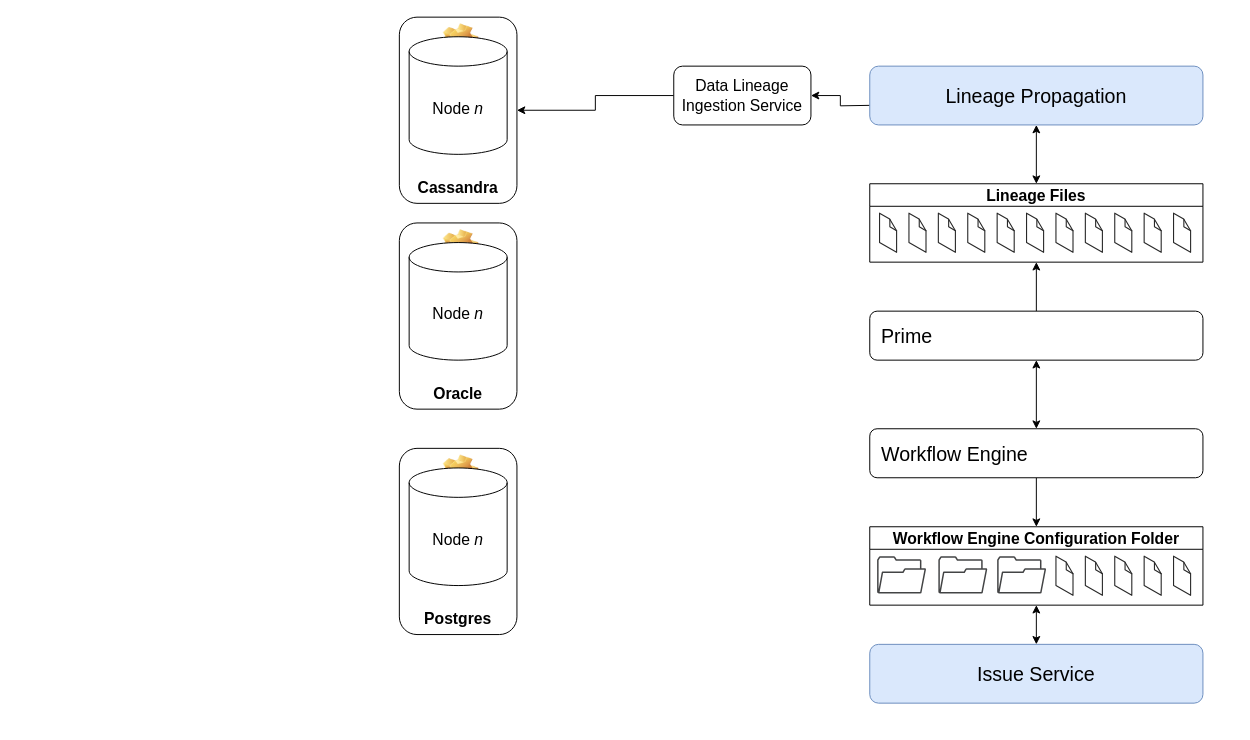
The draw.io diagram Untitled Diagram.drawio in neodarkstar/acx-admin, before the edit. Source tidied: cells renumbered, new cells numbered last; positions are measured from the earlier drawing's top-left corner, leaving out a move shared by most shapes. Both pictures are drawn from the tidied source at 98%, with x=0, y=0 at pixel (399, 17).
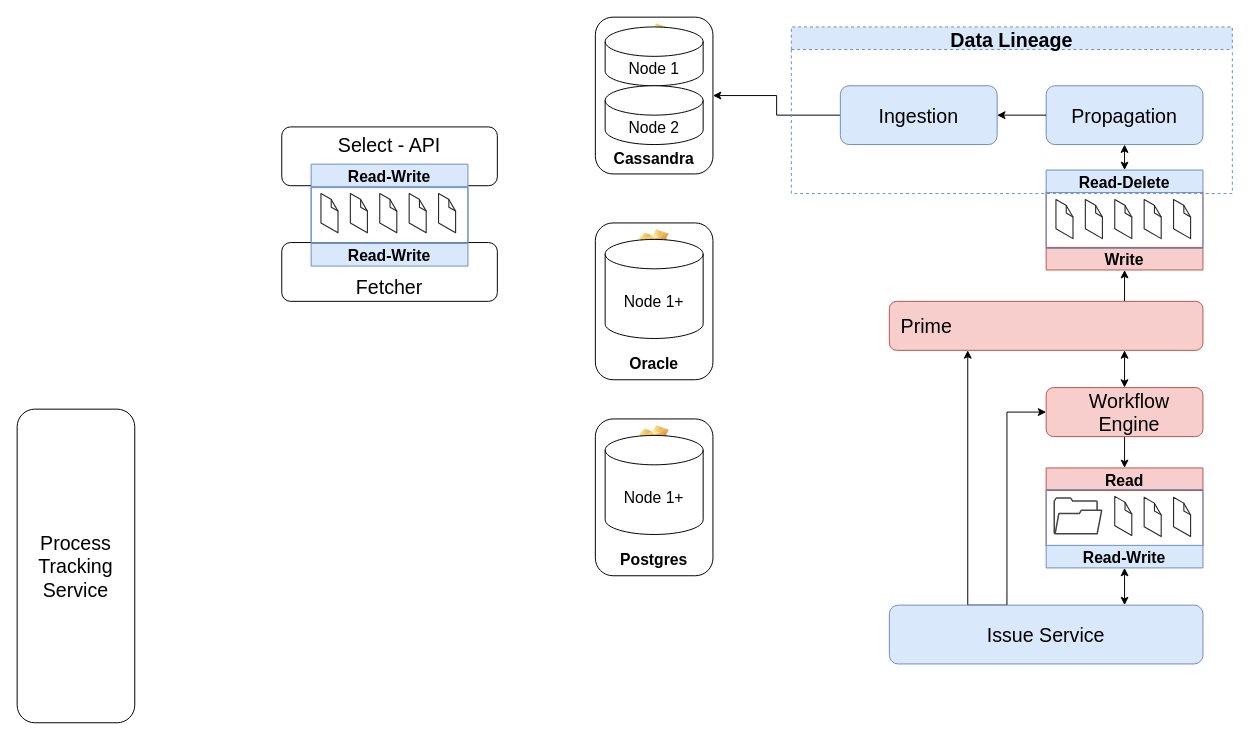
The same diagram, later.

The edit, as a diff of the source:
```diff
@@
-    <mxCell id="2" value="Cassandra" style="label;whiteSpace=wrap;html=1;align=center;verticalAlign=bottom;spacingLeft=0;spacingBottom=4;imageAlign=center;imageVerticalAlign=top;image=img/clipart/Gear_128x128.png;fontSize=16;" parent="1" vertex="1">
-      <mxGeometry width="120" height="190" as="geometry" />
-    </mxCell>
-    <mxCell id="3" style="edgeStyle=orthogonalEdgeStyle;rounded=0;jettySize=auto;html=1;exitX=0.5;exitY=0;exitDx=0;exitDy=0;entryX=0.5;entryY=1;entryDx=0;entryDy=0;fontSize=20;endArrow=classic;endFill=1;" parent="1" edge="1" source="4" target="19">
-      <mxGeometry relative="1" as="geometry" />
-    </mxCell>
+    <mxCell id="45" style="edgeStyle=orthogonalEdgeStyle;rounded=0;jettySize=auto;html=1;exitX=0.75;exitY=0;exitDx=0;exitDy=0;entryX=0.5;entryY=1;entryDx=0;entryDy=0;fontSize=20;endArrow=classic;endFill=1;" parent="1" edge="1" source="4" target="51">
+      <mxGeometry relative="1" as="geometry" />
+    </mxCell>
-    <mxCell id="4" value="&lt;font style=&quot;font-size: 20px;&quot;&gt;Prime&lt;/font&gt;" style="rounded=1;whiteSpace=wrap;html=1;fontSize=16;align=left;spacingLeft=10;" parent="1" vertex="1">
-      <mxGeometry x="480" y="300" width="340" height="50" as="geometry" />
+    <mxCell id="4" value="&lt;font style=&quot;font-size: 20px;&quot;&gt;Prime&lt;/font&gt;" style="rounded=1;whiteSpace=wrap;html=1;fontSize=16;align=left;spacingLeft=10;fillColor=#f8cecc;strokeColor=#b85450;" parent="1" vertex="1">
+      <mxGeometry x="500" y="290" width="320" height="50" as="geometry" />
     </mxCell>
@@
-    <mxCell id="6" value="&lt;font style=&quot;font-size: 20px;&quot;&gt;Workflow Engine&lt;/font&gt;" style="rounded=1;whiteSpace=wrap;html=1;fontSize=16;align=left;spacingLeft=10;" parent="1" vertex="1">
-      <mxGeometry x="480" y="420" width="340" height="50" as="geometry" />
+    <mxCell id="6" value="&lt;font style=&quot;font-size: 20px;&quot;&gt;Workflow Engine&lt;/font&gt;" style="rounded=1;whiteSpace=wrap;html=1;fontSize=16;align=center;spacingLeft=10;fillColor=#f8cecc;strokeColor=#b85450;" parent="1" vertex="1">
+      <mxGeometry x="660" y="378" width="160" height="50" as="geometry" />
     </mxCell>
-    <mxCell id="7" style="edgeStyle=orthogonalEdgeStyle;rounded=0;jettySize=auto;html=1;exitX=0;exitY=0.5;exitDx=0;exitDy=0;entryX=1;entryY=0.5;entryDx=0;entryDy=0;fontSize=16;" parent="1" edge="1" source="8" target="2">
-      <mxGeometry relative="1" as="geometry" />
-    </mxCell>
-    <mxCell id="8" value="Data Lineage&lt;br&gt;Ingestion Service" style="rounded=1;whiteSpace=wrap;html=1;fontSize=16;" parent="1" vertex="1">
-      <mxGeometry x="280" y="50" width="140" height="60" as="geometry" />
-    </mxCell>
-    <mxCell id="9" style="edgeStyle=orthogonalEdgeStyle;rounded=0;jettySize=auto;html=1;entryX=1;entryY=0.5;entryDx=0;entryDy=0;fontSize=16;" parent="1" edge="1" target="8">
-      <mxGeometry relative="1" as="geometry">
-        <mxPoint x="480" y="90" as="sourcePoint" />
-      </mxGeometry>
-    </mxCell>
-    <mxCell id="10" value="Node &lt;i&gt;n&lt;/i&gt;" style="shape=cylinder3;whiteSpace=wrap;html=1;boundedLbl=1;backgroundOutline=1;size=15;fontSize=16;flipV=0;" parent="1" vertex="1">
-      <mxGeometry x="10" y="20" width="100" height="120" as="geometry" />
-    </mxCell>
     <mxCell id="11" style="group;" parent="1" vertex="1">
-      <mxGeometry y="440" width="120" height="190" as="geometry" />
+      <mxGeometry x="200" y="410" width="120" height="160" as="geometry" />
     </mxCell>
     <mxCell id="12" value="Postgres" style="label;whiteSpace=wrap;html=1;align=center;verticalAlign=bottom;spacingLeft=0;spacingBottom=4;imageAlign=center;imageVerticalAlign=top;image=img/clipart/Gear_128x128.png;fontSize=16;" parent="11" vertex="1">
-      <mxGeometry width="120" height="190" as="geometry" />
+      <mxGeometry width="120" height="160" as="geometry" />
     </mxCell>
-    <mxCell id="13" value="Node &lt;i&gt;n&lt;/i&gt;" style="shape=cylinder3;whiteSpace=wrap;html=1;boundedLbl=1;backgroundOutline=1;size=15;fontSize=16;flipV=0;" parent="11" vertex="1">
-      <mxGeometry x="10" y="20" width="100" height="120" as="geometry" />
+    <mxCell id="13" value="Node 1+" style="shape=cylinder3;whiteSpace=wrap;html=1;boundedLbl=1;backgroundOutline=1;size=15;fontSize=16;flipV=0;" parent="11" vertex="1">
+      <mxGeometry x="10" y="16.8" width="100" height="101.1" as="geometry" />
     </mxCell>
     <mxCell id="14" style="group;" parent="1" vertex="1">
-      <mxGeometry y="210" width="120" height="190" as="geometry" />
+      <mxGeometry x="200" y="210" width="120" height="160" as="geometry" />
     </mxCell>
     <mxCell id="15" value="Oracle" style="label;whiteSpace=wrap;html=1;align=center;verticalAlign=bottom;spacingLeft=0;spacingBottom=4;imageAlign=center;imageVerticalAlign=top;image=img/clipart/Gear_128x128.png;fontSize=16;" parent="14" vertex="1">
-      <mxGeometry width="120" height="190" as="geometry" />
+      <mxGeometry width="120" height="160" as="geometry" />
     </mxCell>
-    <mxCell id="16" value="Node &lt;i&gt;n&lt;/i&gt;" style="shape=cylinder3;whiteSpace=wrap;html=1;boundedLbl=1;backgroundOutline=1;size=15;fontSize=16;flipV=0;" parent="14" vertex="1">
-      <mxGeometry x="10" y="20" width="100" height="120" as="geometry" />
+    <mxCell id="16" value="Node 1+" style="shape=cylinder3;whiteSpace=wrap;html=1;boundedLbl=1;backgroundOutline=1;size=15;fontSize=16;flipV=0;" parent="14" vertex="1">
+      <mxGeometry x="10" y="16.8" width="100" height="101.1" as="geometry" />
     </mxCell>
-    <mxCell id="17" value="&lt;span style=&quot;font-size: 20px;&quot;&gt;Lineage Propagation&lt;/span&gt;" style="rounded=1;whiteSpace=wrap;html=1;fontSize=16;align=center;spacingLeft=0;fillColor=#dae8fc;strokeColor=#6c8ebf;" parent="1" vertex="1">
-      <mxGeometry x="480" y="50" width="340" height="60" as="geometry" />
-    </mxCell>
-    <mxCell id="18" style="group;" parent="1" vertex="1">
-      <mxGeometry x="480" y="170" width="340" height="80" as="geometry" />
-    </mxCell>
+    <mxCell id="46" style="edgeStyle=orthogonalEdgeStyle;rounded=0;jettySize=auto;html=1;exitX=0.25;exitY=0;exitDx=0;exitDy=0;entryX=0;entryY=0.5;entryDx=0;entryDy=0;fontSize=20;endArrow=classic;endFill=1;" parent="1" edge="1" source="42" target="6">
+      <mxGeometry relative="1" as="geometry">
+        <Array as="points">
+          <mxPoint x="620" y="600" />
+          <mxPoint x="620" y="403" />
+        </Array>
+      </mxGeometry>
+    </mxCell>
+    <mxCell id="47" style="edgeStyle=orthogonalEdgeStyle;rounded=0;jettySize=auto;html=1;exitX=0.25;exitY=0;exitDx=0;exitDy=0;entryX=0.25;entryY=1;entryDx=0;entryDy=0;fontSize=20;endArrow=classic;endFill=1;" parent="1" edge="1" source="42" target="4">
+      <mxGeometry relative="1" as="geometry" />
+    </mxCell>
+    <mxCell id="42" value="&lt;span style=&quot;font-size: 20px;&quot;&gt;Issue Service&lt;/span&gt;" style="rounded=1;whiteSpace=wrap;html=1;fontSize=16;align=center;spacingLeft=0;fillColor=#dae8fc;strokeColor=#6c8ebf;" parent="1" vertex="1">
+      <mxGeometry x="500" y="600" width="320" height="60" as="geometry" />
+    </mxCell>
+    <mxCell id="44" style="endArrow=classic;startArrow=classic;html=1;rounded=0;fontSize=20;entryX=0.75;entryY=1;entryDx=0;entryDy=0;exitX=0.5;exitY=0;exitDx=0;exitDy=0;" parent="1" edge="1" source="6" target="4">
+      <mxGeometry relative="1" as="geometry" />
+    </mxCell>
+    <mxCell id="33" value="Read" style="swimlane;fontSize=16;direction=east;startSize=23;fillColor=#f8cecc;strokeColor=#b85450;" parent="1" vertex="1">
+      <mxGeometry x="660" y="460" width="160" height="80" as="geometry" />
+    </mxCell>
+    <mxCell id="34" style="sketch=0;shadow=0;dashed=0;html=1;strokeColor=none;fillColor=#434445;labelPosition=center;verticalLabelPosition=bottom;verticalAlign=top;align=center;shape=mxgraph.vvd.folder;fontSize=20;" parent="33" vertex="1">
+      <mxGeometry x="7.5" y="30" width="50" height="38" as="geometry" />
+    </mxCell>
+    <mxCell id="38" style="verticalLabelPosition=bottom;html=1;verticalAlign=top;strokeWidth=1;align=center;dashed=0;shape=mxgraph.aws3d.file;strokeColor=#292929;fontSize=20;" parent="33" vertex="1">
+      <mxGeometry x="70" y="29" width="17.4" height="40" as="geometry" />
+    </mxCell>
+    <mxCell id="39" style="verticalLabelPosition=bottom;html=1;verticalAlign=top;strokeWidth=1;align=center;dashed=0;shape=mxgraph.aws3d.file;strokeColor=#292929;fontSize=20;" parent="33" vertex="1">
+      <mxGeometry x="100" y="30" width="17.4" height="40" as="geometry" />
+    </mxCell>
+    <mxCell id="40" style="verticalLabelPosition=bottom;html=1;verticalAlign=top;strokeWidth=1;align=center;dashed=0;shape=mxgraph.aws3d.file;strokeColor=#292929;fontSize=20;" parent="33" vertex="1">
+      <mxGeometry x="130" y="30" width="17.4" height="40" as="geometry" />
+    </mxCell>
+    <mxCell id="48" style="endArrow=classic;startArrow=classic;html=1;rounded=0;fontSize=20;entryX=0.5;entryY=1;entryDx=0;entryDy=0;exitX=0.75;exitY=0;exitDx=0;exitDy=0;" parent="1" edge="1" source="42" target="49">
+      <mxGeometry relative="1" as="geometry" />
+    </mxCell>
+    <mxCell id="49" value="Read-Write" style="swimlane;fontSize=16;direction=east;startSize=23;fillColor=#dae8fc;strokeColor=#6c8ebf;verticalAlign=middle;horizontal=1;flipV=1;" parent="1" vertex="1">
+      <mxGeometry x="660" y="482" width="160" height="80" as="geometry" />
+    </mxCell>
+    <mxCell id="50" style="group;" parent="1" vertex="1">
+      <mxGeometry x="660" y="156" width="160" height="102" as="geometry" />
+    </mxCell>
+    <mxCell id="51" value="Write" style="swimlane;fontSize=16;direction=east;fillColor=#f8cecc;strokeColor=#b85450;flipV=1;" parent="50" vertex="1">
+      <mxGeometry y="22" width="160" height="80" as="geometry" />
+    </mxCell>
+    <mxCell id="52" style="group;" parent="50" vertex="1">
+      <mxGeometry width="160" height="80" as="geometry" />
+    </mxCell>
-    <mxCell id="19" value="Lineage Files" style="swimlane;fontSize=16;direction=east;" parent="18" vertex="1">
-      <mxGeometry width="340" height="80" as="geometry" />
+    <mxCell id="19" value="Read-Delete" style="swimlane;fontSize=16;direction=east;fillColor=#dae8fc;strokeColor=#6c8ebf;" parent="52" vertex="1">
+      <mxGeometry width="160" height="80" as="geometry" />
     </mxCell>
@@
-    <mxCell id="21" style="verticalLabelPosition=bottom;html=1;verticalAlign=top;strokeWidth=1;align=center;dashed=0;shape=mxgraph.aws3d.file;strokeColor=#292929;fontSize=20;" parent="19" vertex="1">
-      <mxGeometry x="280" y="30" width="17.4" height="40" as="geometry" />
-    </mxCell>
-    <mxCell id="22" style="verticalLabelPosition=bottom;html=1;verticalAlign=top;strokeWidth=1;align=center;dashed=0;shape=mxgraph.aws3d.file;strokeColor=#292929;fontSize=20;" parent="19" vertex="1">
-      <mxGeometry x="160" y="30" width="17.4" height="40" as="geometry" />
-    </mxCell>
-    <mxCell id="23" style="verticalLabelPosition=bottom;html=1;verticalAlign=top;strokeWidth=1;align=center;dashed=0;shape=mxgraph.aws3d.file;strokeColor=#292929;fontSize=20;" parent="19" vertex="1">
-      <mxGeometry x="190" y="30" width="17.4" height="40" as="geometry" />
-    </mxCell>
-    <mxCell id="24" style="verticalLabelPosition=bottom;html=1;verticalAlign=top;strokeWidth=1;align=center;dashed=0;shape=mxgraph.aws3d.file;strokeColor=#292929;fontSize=20;" parent="19" vertex="1">
-      <mxGeometry x="220" y="30" width="17.4" height="40" as="geometry" />
-    </mxCell>
-    <mxCell id="25" style="verticalLabelPosition=bottom;html=1;verticalAlign=top;strokeWidth=1;align=center;dashed=0;shape=mxgraph.aws3d.file;strokeColor=#292929;fontSize=20;" parent="19" vertex="1">
-      <mxGeometry x="250" y="30" width="17.4" height="40" as="geometry" />
-    </mxCell>
-    <mxCell id="26" style="verticalLabelPosition=bottom;html=1;verticalAlign=top;strokeWidth=1;align=center;dashed=0;shape=mxgraph.aws3d.file;strokeColor=#292929;fontSize=20;" parent="19" vertex="1">
-      <mxGeometry x="310" y="30" width="17.4" height="40" as="geometry" />
-    </mxCell>
-    <mxCell id="27" style="verticalLabelPosition=bottom;html=1;verticalAlign=top;strokeWidth=1;align=center;dashed=0;shape=mxgraph.aws3d.file;strokeColor=#292929;fontSize=20;" parent="18" vertex="1">
+    <mxCell id="27" style="verticalLabelPosition=bottom;html=1;verticalAlign=top;strokeWidth=1;align=center;dashed=0;shape=mxgraph.aws3d.file;strokeColor=#292929;fontSize=20;" parent="52" vertex="1">
       <mxGeometry x="10" y="30" width="17.4" height="40" as="geometry" />
     </mxCell>
-    <mxCell id="28" style="verticalLabelPosition=bottom;html=1;verticalAlign=top;strokeWidth=1;align=center;dashed=0;shape=mxgraph.aws3d.file;strokeColor=#292929;fontSize=20;" parent="18" vertex="1">
+    <mxCell id="28" style="verticalLabelPosition=bottom;html=1;verticalAlign=top;strokeWidth=1;align=center;dashed=0;shape=mxgraph.aws3d.file;strokeColor=#292929;fontSize=20;" parent="52" vertex="1">
       <mxGeometry x="40" y="30" width="17.4" height="40" as="geometry" />
     </mxCell>
-    <mxCell id="29" style="verticalLabelPosition=bottom;html=1;verticalAlign=top;strokeWidth=1;align=center;dashed=0;shape=mxgraph.aws3d.file;strokeColor=#292929;fontSize=20;" parent="18" vertex="1">
+    <mxCell id="29" style="verticalLabelPosition=bottom;html=1;verticalAlign=top;strokeWidth=1;align=center;dashed=0;shape=mxgraph.aws3d.file;strokeColor=#292929;fontSize=20;" parent="52" vertex="1">
       <mxGeometry x="70" y="30" width="17.4" height="40" as="geometry" />
     </mxCell>
-    <mxCell id="30" style="verticalLabelPosition=bottom;html=1;verticalAlign=top;strokeWidth=1;align=center;dashed=0;shape=mxgraph.aws3d.file;strokeColor=#292929;fontSize=20;" parent="18" vertex="1">
+    <mxCell id="30" style="verticalLabelPosition=bottom;html=1;verticalAlign=top;strokeWidth=1;align=center;dashed=0;shape=mxgraph.aws3d.file;strokeColor=#292929;fontSize=20;" parent="52" vertex="1">
       <mxGeometry x="100" y="30" width="17.4" height="40" as="geometry" />
     </mxCell>
+    <mxCell id="53" style="edgeStyle=orthogonalEdgeStyle;rounded=0;jettySize=auto;html=1;exitX=0;exitY=0.5;exitDx=0;exitDy=0;entryX=1;entryY=0.5;entryDx=0;entryDy=0;fontSize=20;endArrow=classic;endFill=1;" parent="1" edge="1" source="58" target="2">
+      <mxGeometry relative="1" as="geometry" />
+    </mxCell>
-    <mxCell id="31" style="endArrow=classic;startArrow=classic;html=1;rounded=0;fontSize=20;entryX=0.5;entryY=1;entryDx=0;entryDy=0;edgeStyle=orthogonalEdgeStyle;" parent="1" edge="1" source="19" target="17">
+    <mxCell id="31" style="endArrow=classic;startArrow=classic;html=1;rounded=0;fontSize=20;entryX=0.5;entryY=1;entryDx=0;entryDy=0;exitX=0.5;exitY=0;exitDx=0;exitDy=0;" parent="1" edge="1" source="19" target="17">
       <mxGeometry relative="1" as="geometry" />
     </mxCell>
-    <mxCell id="32" style="group;" parent="1" vertex="1">
-      <mxGeometry x="480" y="520" width="340" height="80" as="geometry" />
-    </mxCell>
-    <mxCell id="33" value="Workflow Engine Configuration Folder" style="swimlane;fontSize=16;direction=east;startSize=23;" parent="32" vertex="1">
-      <mxGeometry width="340" height="80" as="geometry" />
-    </mxCell>
-    <mxCell id="34" style="sketch=0;shadow=0;dashed=0;html=1;strokeColor=none;fillColor=#434445;labelPosition=center;verticalLabelPosition=bottom;verticalAlign=top;align=center;shape=mxgraph.vvd.folder;fontSize=20;" parent="33" vertex="1">
-      <mxGeometry x="7.5" y="30" width="50" height="38" as="geometry" />
-    </mxCell>
-    <mxCell id="35" style="sketch=0;shadow=0;dashed=0;html=1;strokeColor=none;fillColor=#434445;labelPosition=center;verticalLabelPosition=bottom;verticalAlign=top;align=center;shape=mxgraph.vvd.folder;fontSize=20;" parent="33" vertex="1">
-      <mxGeometry x="130" y="30" width="50" height="38" as="geometry" />
-    </mxCell>
-    <mxCell id="36" style="sketch=0;shadow=0;dashed=0;html=1;strokeColor=none;fillColor=#434445;labelPosition=center;verticalLabelPosition=bottom;verticalAlign=top;align=center;shape=mxgraph.vvd.folder;fontSize=20;" parent="33" vertex="1">
-      <mxGeometry x="70" y="30" width="50" height="38" as="geometry" />
-    </mxCell>
-    <mxCell id="37" style="verticalLabelPosition=bottom;html=1;verticalAlign=top;strokeWidth=1;align=center;dashed=0;shape=mxgraph.aws3d.file;strokeColor=#292929;fontSize=20;" parent="32" vertex="1">
-      <mxGeometry x="280" y="30" width="17.4" height="40" as="geometry" />
-    </mxCell>
-    <mxCell id="38" style="verticalLabelPosition=bottom;html=1;verticalAlign=top;strokeWidth=1;align=center;dashed=0;shape=mxgraph.aws3d.file;strokeColor=#292929;fontSize=20;" parent="32" vertex="1">
-      <mxGeometry x="190" y="30" width="17.4" height="40" as="geometry" />
-    </mxCell>
-    <mxCell id="39" style="verticalLabelPosition=bottom;html=1;verticalAlign=top;strokeWidth=1;align=center;dashed=0;shape=mxgraph.aws3d.file;strokeColor=#292929;fontSize=20;" parent="32" vertex="1">
-      <mxGeometry x="220" y="30" width="17.4" height="40" as="geometry" />
-    </mxCell>
-    <mxCell id="40" style="verticalLabelPosition=bottom;html=1;verticalAlign=top;strokeWidth=1;align=center;dashed=0;shape=mxgraph.aws3d.file;strokeColor=#292929;fontSize=20;" parent="32" vertex="1">
-      <mxGeometry x="250" y="30" width="17.4" height="40" as="geometry" />
-    </mxCell>
-    <mxCell id="41" style="verticalLabelPosition=bottom;html=1;verticalAlign=top;strokeWidth=1;align=center;dashed=0;shape=mxgraph.aws3d.file;strokeColor=#292929;fontSize=20;" parent="32" vertex="1">
-      <mxGeometry x="310" y="30" width="17.4" height="40" as="geometry" />
-    </mxCell>
-    <mxCell id="42" value="&lt;span style=&quot;font-size: 20px;&quot;&gt;Issue Service&lt;/span&gt;" style="rounded=1;whiteSpace=wrap;html=1;fontSize=16;align=center;spacingLeft=0;fillColor=#dae8fc;strokeColor=#6c8ebf;" parent="1" vertex="1">
-      <mxGeometry x="480" y="640" width="340" height="60" as="geometry" />
-    </mxCell>
-    <mxCell id="43" style="endArrow=classic;startArrow=classic;html=1;rounded=0;fontSize=20;entryX=0.5;entryY=1;entryDx=0;entryDy=0;" parent="1" edge="1" source="42" target="33">
-      <mxGeometry relative="1" as="geometry" />
-    </mxCell>
-    <mxCell id="44" style="endArrow=classic;startArrow=classic;html=1;rounded=0;fontSize=20;entryX=0.5;entryY=1;entryDx=0;entryDy=0;exitX=0.5;exitY=0;exitDx=0;exitDy=0;" parent="1" edge="1" source="6" target="4">
-      <mxGeometry relative="1" as="geometry" />
-    </mxCell>
+    <mxCell id="54" style="group;" parent="1" vertex="1">
+      <mxGeometry x="200" width="120" height="160" as="geometry" />
+    </mxCell>
+    <mxCell id="2" value="Cassandra" style="label;whiteSpace=wrap;html=1;align=center;verticalAlign=bottom;spacingLeft=0;spacingBottom=4;imageAlign=center;imageVerticalAlign=top;image=img/clipart/Gear_128x128.png;fontSize=16;" parent="54" vertex="1">
+      <mxGeometry width="120" height="160" as="geometry" />
+    </mxCell>
+    <mxCell id="10" value="Node 1" style="shape=cylinder3;whiteSpace=wrap;html=1;boundedLbl=1;backgroundOutline=1;size=15;fontSize=16;flipV=0;align=center;" parent="54" vertex="1">
+      <mxGeometry x="10" y="10" width="100" height="60" as="geometry" />
+    </mxCell>
+    <mxCell id="55" value="Node 2" style="shape=cylinder3;whiteSpace=wrap;html=1;boundedLbl=1;backgroundOutline=1;size=15;fontSize=16;flipV=0;" parent="54" vertex="1">
+      <mxGeometry x="10" y="70" width="100" height="60" as="geometry" />
+    </mxCell>
+    <mxCell id="56" value="Process Tracking Service" style="rounded=1;whiteSpace=wrap;html=1;fontSize=20;gradientDirection=west;" parent="1" vertex="1">
+      <mxGeometry x="-390" y="400" width="120" height="320" as="geometry" />
+    </mxCell>
+    <mxCell id="57" value="Data Lineage" style="swimlane;fontSize=20;gradientDirection=west;fillColor=#dae8fc;strokeColor=#6c8ebf;dashed=1;" parent="1" vertex="1">
+      <mxGeometry x="400" y="10" width="450" height="170" as="geometry" />
+    </mxCell>
+    <mxCell id="58" value="&lt;span style=&quot;font-size: 20px;&quot;&gt;Ingestion&lt;/span&gt;" style="rounded=1;whiteSpace=wrap;html=1;fontSize=16;align=center;spacingLeft=0;fillColor=#dae8fc;strokeColor=#6c8ebf;" parent="57" vertex="1">
+      <mxGeometry x="50" y="60" width="160" height="60" as="geometry" />
+    </mxCell>
+    <mxCell id="17" value="&lt;span style=&quot;font-size: 20px;&quot;&gt;Propagation&lt;/span&gt;" style="rounded=1;whiteSpace=wrap;html=1;fontSize=16;align=center;spacingLeft=0;fillColor=#dae8fc;strokeColor=#6c8ebf;" parent="57" vertex="1">
+      <mxGeometry x="260" y="60" width="160" height="60" as="geometry" />
+    </mxCell>
+    <mxCell id="59" style="edgeStyle=orthogonalEdgeStyle;rounded=0;jettySize=auto;html=1;exitX=0;exitY=0.5;exitDx=0;exitDy=0;entryX=1;entryY=0.5;entryDx=0;entryDy=0;fontSize=20;endArrow=classic;endFill=1;" parent="57" edge="1" source="17" target="58">
+      <mxGeometry relative="1" as="geometry" />
+    </mxCell>
+    <mxCell id="60" value="Select - API" style="rounded=1;whiteSpace=wrap;html=1;fontSize=20;gradientDirection=west;verticalAlign=top;" parent="1" vertex="1">
+      <mxGeometry x="-120" y="112" width="220" height="60" as="geometry" />
+    </mxCell>
+    <mxCell id="61" value="Fetcher" style="rounded=1;whiteSpace=wrap;html=1;fontSize=20;gradientDirection=west;verticalAlign=bottom;" parent="1" vertex="1">
+      <mxGeometry x="-120" y="230" width="220" height="60" as="geometry" />
+    </mxCell>
+    <mxCell id="62" style="group;" parent="1" vertex="1">
+      <mxGeometry x="-90" y="150" width="160" height="104" as="geometry" />
+    </mxCell>
+    <mxCell id="63" style="group;" parent="62" vertex="1">
+      <mxGeometry width="160" height="80" as="geometry" />
+    </mxCell>
+    <mxCell id="64" value="Read-Write" style="swimlane;fontSize=16;direction=east;fillColor=#dae8fc;strokeColor=#6c8ebf;" parent="63" vertex="1">
+      <mxGeometry width="160" height="80" as="geometry" />
+    </mxCell>
+    <mxCell id="65" style="verticalLabelPosition=bottom;html=1;verticalAlign=top;strokeWidth=1;align=center;dashed=0;shape=mxgraph.aws3d.file;strokeColor=#292929;fontSize=20;" parent="64" vertex="1">
+      <mxGeometry x="130" y="30" width="17.4" height="40" as="geometry" />
+    </mxCell>
+    <mxCell id="66" style="verticalLabelPosition=bottom;html=1;verticalAlign=top;strokeWidth=1;align=center;dashed=0;shape=mxgraph.aws3d.file;strokeColor=#292929;fontSize=20;" parent="63" vertex="1">
+      <mxGeometry x="10" y="30" width="17.4" height="40" as="geometry" />
+    </mxCell>
+    <mxCell id="67" style="verticalLabelPosition=bottom;html=1;verticalAlign=top;strokeWidth=1;align=center;dashed=0;shape=mxgraph.aws3d.file;strokeColor=#292929;fontSize=20;" parent="63" vertex="1">
+      <mxGeometry x="40" y="30" width="17.4" height="40" as="geometry" />
+    </mxCell>
+    <mxCell id="68" style="verticalLabelPosition=bottom;html=1;verticalAlign=top;strokeWidth=1;align=center;dashed=0;shape=mxgraph.aws3d.file;strokeColor=#292929;fontSize=20;" parent="63" vertex="1">
+      <mxGeometry x="70" y="30" width="17.4" height="40" as="geometry" />
+    </mxCell>
+    <mxCell id="69" style="verticalLabelPosition=bottom;html=1;verticalAlign=top;strokeWidth=1;align=center;dashed=0;shape=mxgraph.aws3d.file;strokeColor=#292929;fontSize=20;" parent="63" vertex="1">
+      <mxGeometry x="100" y="30" width="17.4" height="40" as="geometry" />
+    </mxCell>
+    <mxCell id="70" value="Read-Write" style="swimlane;fontSize=16;direction=east;startSize=23;fillColor=#dae8fc;strokeColor=#6c8ebf;verticalAlign=middle;horizontal=1;flipV=1;" parent="62" vertex="1">
+      <mxGeometry y="24" width="160" height="80" as="geometry" />
+    </mxCell>
```
